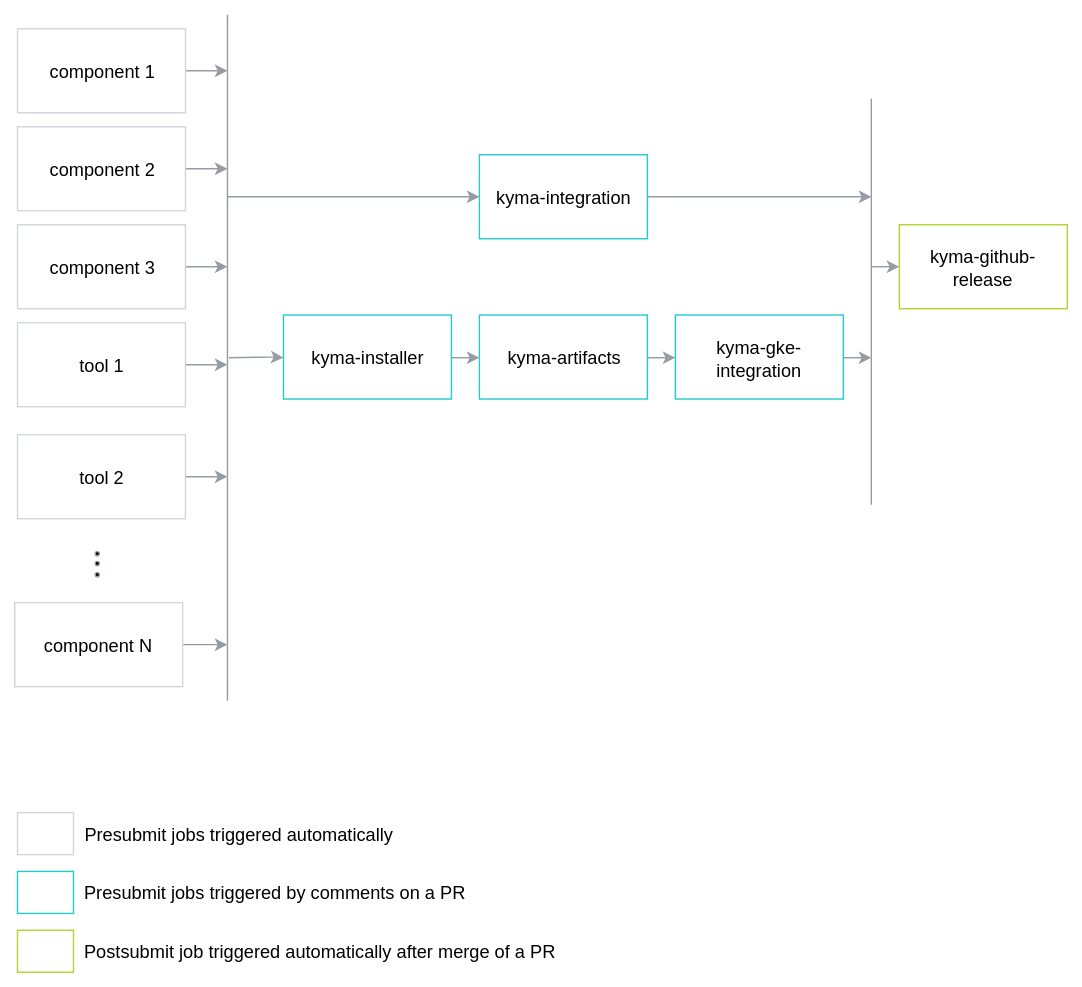
Above: docs/prow/assets/kyma-rel-jobs.svg in kyma-project/test-infra (draw.io), before the change. Source tidied: cells renumbered, new cells last; positions are measured from the earlier drawing's top-left corner, leaving out a move shared by most shapes.
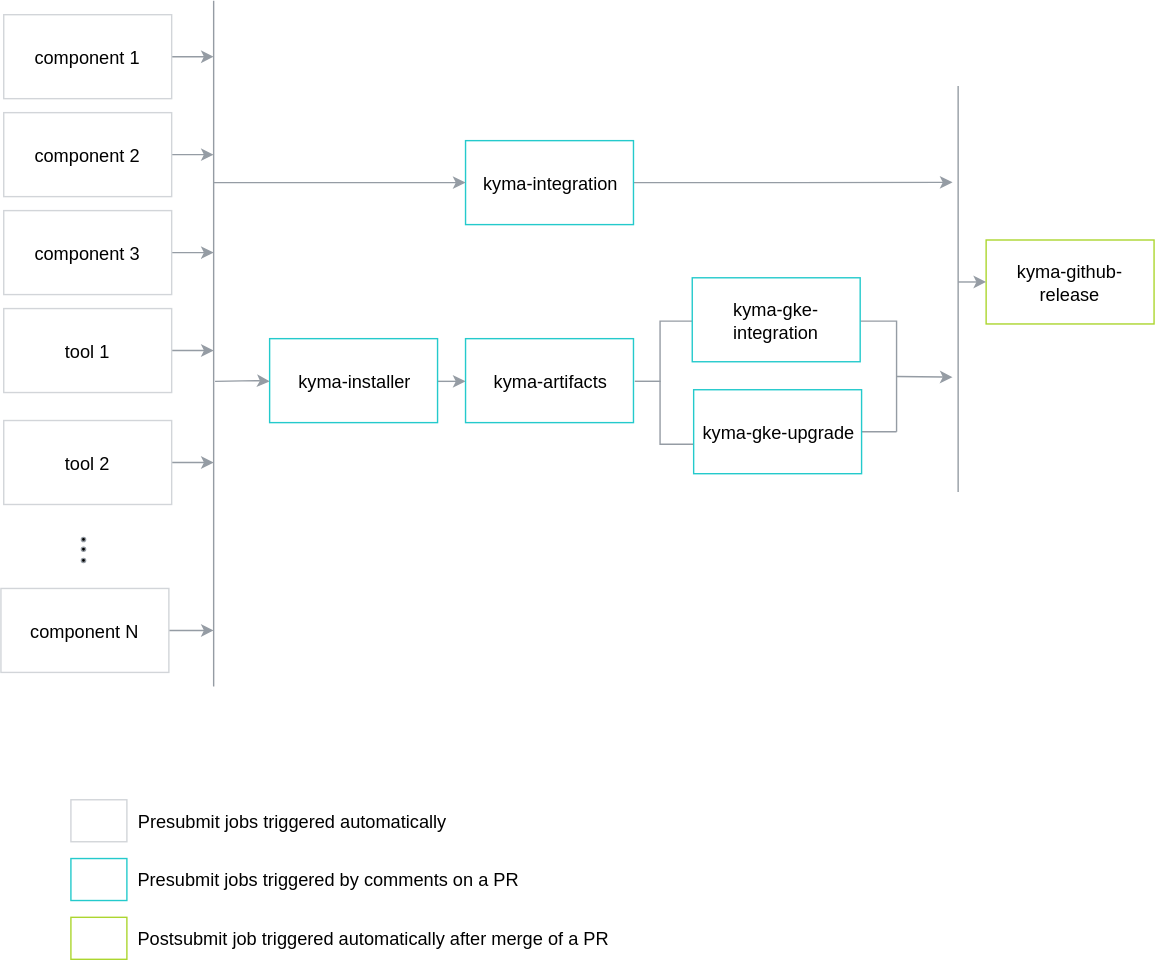
After the change.

What changed in the source:
```diff
@@ -4,91 +4,96 @@
     <mxCell id="1" parent="0" />
     <mxCell id="2" style="edgeStyle=orthogonalEdgeStyle;rounded=0;html=1;exitX=1;exitY=0.5;jettySize=auto;strokeColor=#959CA4;" parent="1" edge="1" source="3">
       <mxGeometry relative="1" as="geometry">
-        <mxPoint x="152" y="40" as="targetPoint" />
+        <mxPoint x="104" y="39" as="targetPoint" />
       </mxGeometry>
     </mxCell>
     <mxCell id="3" value="component 1" style="rounded=0;whiteSpace=wrap;html=1;strokeColor=#D2D5D9;fontSize=13;" parent="1" vertex="1">
-      <mxGeometry x="2" y="10" width="120" height="60" as="geometry" />
+      <mxGeometry x="-46" y="9" width="120" height="60" as="geometry" />
     </mxCell>
     <mxCell id="4" style="edgeStyle=orthogonalEdgeStyle;rounded=0;html=1;exitX=1;exitY=0.5;jettySize=auto;strokeColor=#959CA4;" parent="1" edge="1" source="5">
       <mxGeometry relative="1" as="geometry">
-        <mxPoint x="152" y="110" as="targetPoint" />
+        <mxPoint x="104" y="109" as="targetPoint" />
       </mxGeometry>
     </mxCell>
     <mxCell id="5" value="component 2" style="rounded=0;whiteSpace=wrap;html=1;strokeColor=#D2D5D9;fontSize=13;" parent="1" vertex="1">
-      <mxGeometry x="2" y="80" width="120" height="60" as="geometry" />
+      <mxGeometry x="-46" y="79" width="120" height="60" as="geometry" />
     </mxCell>
     <mxCell id="6" style="edgeStyle=orthogonalEdgeStyle;rounded=0;html=1;exitX=1;exitY=0.5;jettySize=auto;strokeColor=#959CA4;" parent="1" edge="1" source="7">
       <mxGeometry relative="1" as="geometry">
-        <mxPoint x="152" y="180" as="targetPoint" />
+        <mxPoint x="104" y="179" as="targetPoint" />
       </mxGeometry>
     </mxCell>
     <mxCell id="7" value="component 3" style="rounded=0;whiteSpace=wrap;html=1;strokeColor=#D2D5D9;fontSize=13;" parent="1" vertex="1">
-      <mxGeometry x="2" y="150" width="120" height="60" as="geometry" />
+      <mxGeometry x="-46" y="149" width="120" height="60" as="geometry" />
     </mxCell>
     <mxCell id="8" style="edgeStyle=orthogonalEdgeStyle;rounded=0;html=1;exitX=1;exitY=0.5;jettySize=auto;strokeColor=#959CA4;" parent="1" edge="1" source="9">
       <mxGeometry relative="1" as="geometry">
-        <mxPoint x="152" y="250" as="targetPoint" />
+        <mxPoint x="104" y="249" as="targetPoint" />
       </mxGeometry>
     </mxCell>
     <mxCell id="9" value="tool 1" style="rounded=0;whiteSpace=wrap;html=1;strokeColor=#D2D5D9;fontSize=13;" parent="1" vertex="1">
-      <mxGeometry x="2" y="220" width="120" height="60" as="geometry" />
+      <mxGeometry x="-46" y="219" width="120" height="60" as="geometry" />
     </mxCell>
     <mxCell id="10" style="edgeStyle=orthogonalEdgeStyle;rounded=0;html=1;exitX=1;exitY=0.5;jettySize=auto;strokeColor=#959CA4;" parent="1" edge="1" source="11">
       <mxGeometry relative="1" as="geometry">
-        <mxPoint x="152" y="330" as="targetPoint" />
+        <mxPoint x="104" y="329" as="targetPoint" />
       </mxGeometry>
     </mxCell>
     <mxCell id="11" value="tool 2" style="rounded=0;whiteSpace=wrap;html=1;strokeColor=#D2D5D9;fontSize=13;" parent="1" vertex="1">
-      <mxGeometry x="2" y="300" width="120" height="60" as="geometry" />
+      <mxGeometry x="-46" y="299" width="120" height="60" as="geometry" />
     </mxCell>
-    <mxCell id="12" style="edgeStyle=orthogonalEdgeStyle;rounded=0;html=1;exitX=1;exitY=0.5;jettySize=auto;strokeColor=#959CA4;" parent="1" edge="1" source="13">
-      <mxGeometry relative="1" as="geometry">
-        <mxPoint x="612" y="130" as="targetPoint" />
-      </mxGeometry>
-    </mxCell>
+    <mxCell id="37" style="edgeStyle=orthogonalEdgeStyle;rounded=0;html=1;exitX=1;exitY=0.5;exitDx=0;exitDy=0;jettySize=auto;strokeColor=#959CA4;" parent="1" edge="1" source="13">
+      <mxGeometry relative="1" as="geometry">
+        <mxPoint x="632" y="128.8" as="targetPoint" />
+      </mxGeometry>
+    </mxCell>
     <mxCell id="13" value="kyma-integration" style="rounded=0;whiteSpace=wrap;html=1;strokeColor=#24CACC;fontSize=13;" parent="1" vertex="1">
-      <mxGeometry x="332" y="100" width="120" height="60" as="geometry" />
+      <mxGeometry x="284" y="99" width="120" height="60" as="geometry" />
     </mxCell>
-    <mxCell id="14" style="edgeStyle=orthogonalEdgeStyle;rounded=0;html=1;exitX=1;exitY=0.5;jettySize=auto;strokeColor=#959CA4;" parent="1" edge="1" source="15">
-      <mxGeometry relative="1" as="geometry">
-        <mxPoint x="612.3" y="244.6" as="targetPoint" />
-      </mxGeometry>
-    </mxCell>
-    <mxCell id="15" value="kyma-gke-integration" style="rounded=0;whiteSpace=wrap;html=1;strokeColor=#24CACC;fontSize=13;" parent="1" vertex="1">
-      <mxGeometry x="472" y="214.5" width="120" height="60" as="geometry" />
-    </mxCell>
+    <mxCell id="38" style="edgeStyle=orthogonalEdgeStyle;rounded=0;html=1;exitX=1;exitY=0.5;exitDx=0;exitDy=0;jettySize=auto;orthogonalLoop=1;strokeColor=#959CA4;endArrow=none;endFill=0;" parent="1" edge="1">
+      <mxGeometry relative="1" as="geometry">
+        <mxPoint x="566" y="228" as="sourcePoint" />
+        <mxPoint x="592" y="307" as="targetPoint" />
+      </mxGeometry>
+    </mxCell>
     <mxCell id="16" style="edgeStyle=orthogonalEdgeStyle;rounded=0;html=1;exitX=1;exitY=0.5;entryX=0;entryY=0.5;jettySize=auto;strokeColor=#959CA4;" parent="1" edge="1" source="17" target="19">
       <mxGeometry relative="1" as="geometry" />
     </mxCell>
     <mxCell id="17" value="kyma-installer" style="rounded=0;whiteSpace=wrap;html=1;strokeColor=#24CACC;fontSize=13;" parent="1" vertex="1">
-      <mxGeometry x="192" y="214.5" width="120" height="60" as="geometry" />
+      <mxGeometry x="144" y="240.5" width="120" height="60" as="geometry" />
     </mxCell>
-    <mxCell id="18" style="edgeStyle=orthogonalEdgeStyle;rounded=0;html=1;exitX=1;exitY=0.5;entryX=0;entryY=0.5;jettySize=auto;strokeColor=#959CA4;" parent="1" edge="1" source="19" target="15">
-      <mxGeometry relative="1" as="geometry" />
-    </mxCell>
+    <mxCell id="39" style="edgeStyle=orthogonalEdgeStyle;rounded=0;html=1;exitX=1;exitY=0.5;exitDx=0;exitDy=0;entryX=0;entryY=0.5;entryDx=0;entryDy=0;endArrow=none;endFill=0;jettySize=auto;orthogonalLoop=1;strokeColor=#959CA4;" parent="1" edge="1">
+      <mxGeometry relative="1" as="geometry">
+        <mxPoint x="405" y="270.5" as="sourcePoint" />
+        <mxPoint x="447" y="228" as="targetPoint" />
+        <Array as="points">
+          <mxPoint x="423" y="271" />
+          <mxPoint x="423" y="228" />
+        </Array>
+      </mxGeometry>
+    </mxCell>
     <mxCell id="19" value="kyma-artifacts" style="rounded=0;whiteSpace=wrap;html=1;strokeColor=#24CACC;fontSize=13;" parent="1" vertex="1">
-      <mxGeometry x="332" y="214.5" width="120" height="60" as="geometry" />
+      <mxGeometry x="284" y="240.5" width="120" height="60" as="geometry" />
     </mxCell>
     <mxCell id="20" style="edgeStyle=orthogonalEdgeStyle;rounded=0;html=1;exitX=1;exitY=0.5;jettySize=auto;strokeColor=#959CA4;" parent="1" edge="1" source="21">
       <mxGeometry relative="1" as="geometry">
-        <mxPoint x="152" y="450" as="targetPoint" />
+        <mxPoint x="104" y="449" as="targetPoint" />
       </mxGeometry>
     </mxCell>
     <mxCell id="21" value="component N" style="rounded=0;whiteSpace=wrap;html=1;strokeColor=#D2D5D9;fontSize=13;" parent="1" vertex="1">
-      <mxGeometry y="420" width="120" height="60" as="geometry" />
+      <mxGeometry x="-48" y="419" width="120" height="60" as="geometry" />
     </mxCell>
     <mxCell id="22" style="ellipse;whiteSpace=wrap;html=1;fillColor=#000000;strokeColor=#959CA4;" parent="1" vertex="1">
-      <mxGeometry x="57" y="383" width="3" height="3" as="geometry" />
+      <mxGeometry x="9" y="382" width="3" height="3" as="geometry" />
     </mxCell>
     <mxCell id="23" style="ellipse;whiteSpace=wrap;html=1;fillColor=#000000;strokeColor=#959CA4;" parent="1" vertex="1">
-      <mxGeometry x="57" y="390" width="3" height="3" as="geometry" />
+      <mxGeometry x="9" y="389" width="3" height="3" as="geometry" />
     </mxCell>
     <mxCell id="24" style="ellipse;whiteSpace=wrap;html=1;fillColor=#000000;strokeColor=#959CA4;" parent="1" vertex="1">
-      <mxGeometry x="57" y="398" width="3" height="3" as="geometry" />
+      <mxGeometry x="9" y="397" width="3" height="3" as="geometry" />
     </mxCell>
     <mxCell id="25" value="&lt;span style=&quot;font-size: 13px;&quot;&gt;kyma-github-release&lt;/span&gt;" style="rounded=0;whiteSpace=wrap;html=1;strokeColor=#ACD62F;fontSize=13;" parent="1" vertex="1">
-      <mxGeometry x="632" y="150" width="120" height="60" as="geometry" />
+      <mxGeometry x="656" y="170" width="120" height="60" as="geometry" />
     </mxCell>
     <mxCell id="26" style="rounded=0;whiteSpace=wrap;html=1;strokeColor=#D2D5D9;" parent="1" vertex="1">
       <mxGeometry x="2" y="570" width="40" height="30" as="geometry" />
@@ -110,37 +115,64 @@
     </mxCell>
     <mxCell id="32" style="endArrow=none;html=1;strokeColor=#959CA4;" parent="1" edge="1">
       <mxGeometry relative="1" as="geometry">
-        <mxPoint x="152" y="490" as="sourcePoint" />
-        <mxPoint x="152" as="targetPoint" />
+        <mxPoint x="104" y="489" as="sourcePoint" />
+        <mxPoint x="104" y="-1" as="targetPoint" />
       </mxGeometry>
     </mxCell>
     <mxCell id="33" style="endArrow=classic;html=1;entryX=0;entryY=0.5;strokeColor=#959CA4;" parent="1" edge="1" target="13">
       <mxGeometry relative="1" as="geometry">
-        <mxPoint x="152" y="130" as="sourcePoint" />
+        <mxPoint x="104" y="129" as="sourcePoint" />
         <Array as="points">
-          <mxPoint x="172" y="130" />
+          <mxPoint x="124" y="129" />
         </Array>
       </mxGeometry>
     </mxCell>
     <mxCell id="34" style="endArrow=classic;html=1;entryX=0;entryY=0.5;strokeColor=#959CA4;" parent="1" edge="1" target="17">
       <mxGeometry relative="1" as="geometry">
-        <mxPoint x="153" y="245" as="sourcePoint" />
+        <mxPoint x="105" y="271" as="sourcePoint" />
         <Array as="points">
-          <mxPoint x="182.5" y="244.5" />
+          <mxPoint x="134.5" y="270.5" />
         </Array>
       </mxGeometry>
     </mxCell>
     <mxCell id="35" style="endArrow=none;html=1;strokeColor=#959CA4;" parent="1" edge="1">
       <mxGeometry relative="1" as="geometry">
-        <mxPoint x="612" y="350" as="sourcePoint" />
-        <mxPoint x="612" y="60" as="targetPoint" />
+        <mxPoint x="636" y="350" as="sourcePoint" />
+        <mxPoint x="636" y="60" as="targetPoint" />
       </mxGeometry>
     </mxCell>
     <mxCell id="36" style="endArrow=classic;html=1;strokeColor=#959CA4;" parent="1" edge="1">
       <mxGeometry relative="1" as="geometry">
-        <mxPoint x="612" y="180" as="sourcePoint" />
-        <mxPoint x="632" y="180" as="targetPoint" />
+        <mxPoint x="636" y="200" as="sourcePoint" />
+        <mxPoint x="656" y="200" as="targetPoint" />
       </mxGeometry>
     </mxCell>
+    <mxCell id="40" style="edgeStyle=orthogonalEdgeStyle;rounded=0;html=1;exitX=1;exitY=0.5;exitDx=0;exitDy=0;endArrow=none;endFill=0;jettySize=auto;strokeColor=#959CA4;" parent="1" edge="1" source="42">
+      <mxGeometry relative="1" as="geometry">
+        <mxPoint x="592" y="307" as="targetPoint" />
+      </mxGeometry>
+    </mxCell>
+    <mxCell id="41" style="edgeStyle=orthogonalEdgeStyle;rounded=0;html=1;exitX=0;exitY=0.5;exitDx=0;exitDy=0;entryX=1;entryY=0.5;entryDx=0;entryDy=0;endArrow=none;endFill=0;jettySize=auto;orthogonalLoop=1;strokeColor=#959CA4;" parent="1" edge="1">
+      <mxGeometry relative="1" as="geometry">
+        <mxPoint x="448" y="316" as="sourcePoint" />
+        <mxPoint x="405" y="270.5" as="targetPoint" />
+        <Array as="points">
+          <mxPoint x="423" y="316" />
+          <mxPoint x="423" y="271" />
+        </Array>
+      </mxGeometry>
+    </mxCell>
+    <mxCell id="42" value="kyma-gke-upgrade" style="rounded=0;whiteSpace=wrap;html=1;strokeColor=#24CACC;fontSize=13;" parent="1" vertex="1">
+      <mxGeometry x="447" y="277" width="120" height="60" as="geometry" />
+    </mxCell>
+    <mxCell id="43" style="endArrow=classic;html=1;strokeColor=#959CA4;" parent="1" edge="1">
+      <mxGeometry relative="1" as="geometry">
+        <mxPoint x="592" y="267.5" as="sourcePoint" />
+        <mxPoint x="632" y="268" as="targetPoint" />
+      </mxGeometry>
+    </mxCell>
+    <mxCell id="15" value="kyma-gke-integration" style="rounded=0;whiteSpace=wrap;html=1;strokeColor=#24CACC;fontSize=13;" parent="1" vertex="1">
+      <mxGeometry x="446" y="197" width="120" height="60" as="geometry" />
+    </mxCell>
   </root>
 </mxGraphModel>
```
